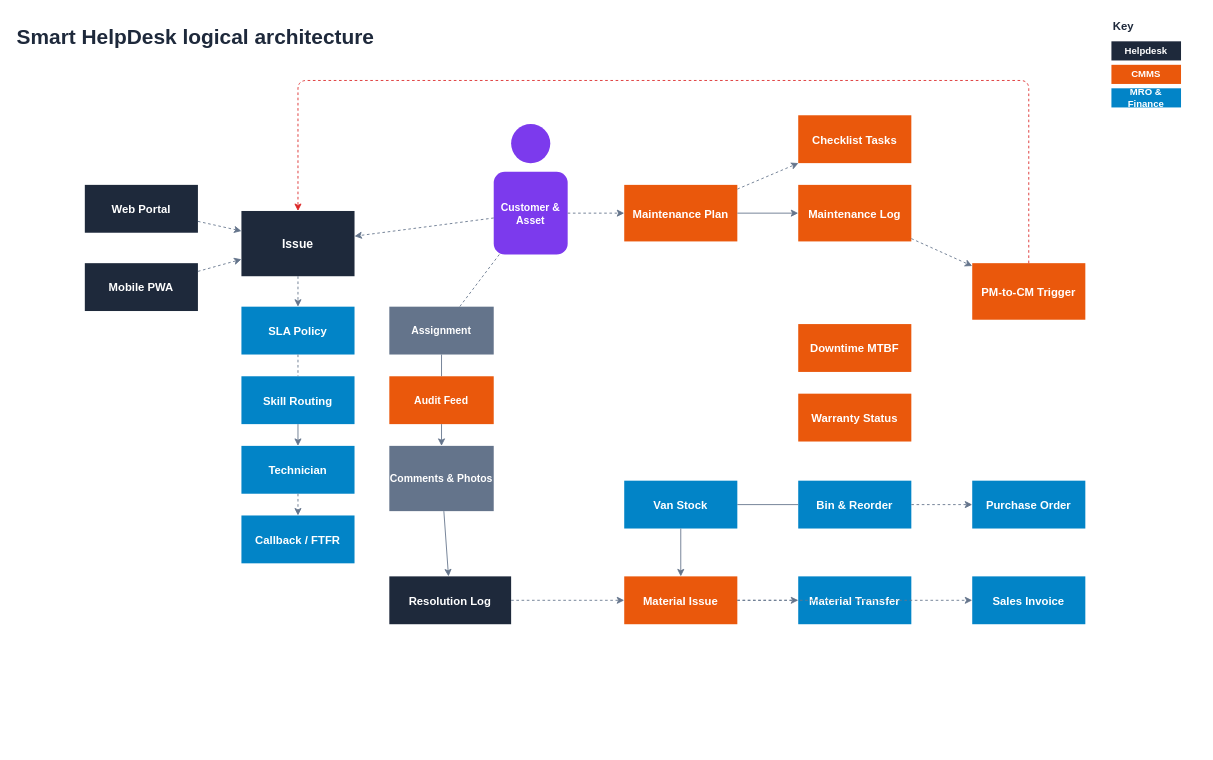
The draw.io diagram page "2. Logical Architecture" (2 of 4) of docs/SYSTEM_ARCHITECTURE_DESIGN.drawio in Baronger23/ERP.SmartHelpDesk, before the edit. Source tidied: cells renumbered, new cells numbered last; positions are measured from the earlier drawing's top-left corner, leaving out a move shared by most shapes. Both pictures are drawn from the tidied source at 87%, with x=0, y=0 at pixel (15, 15).
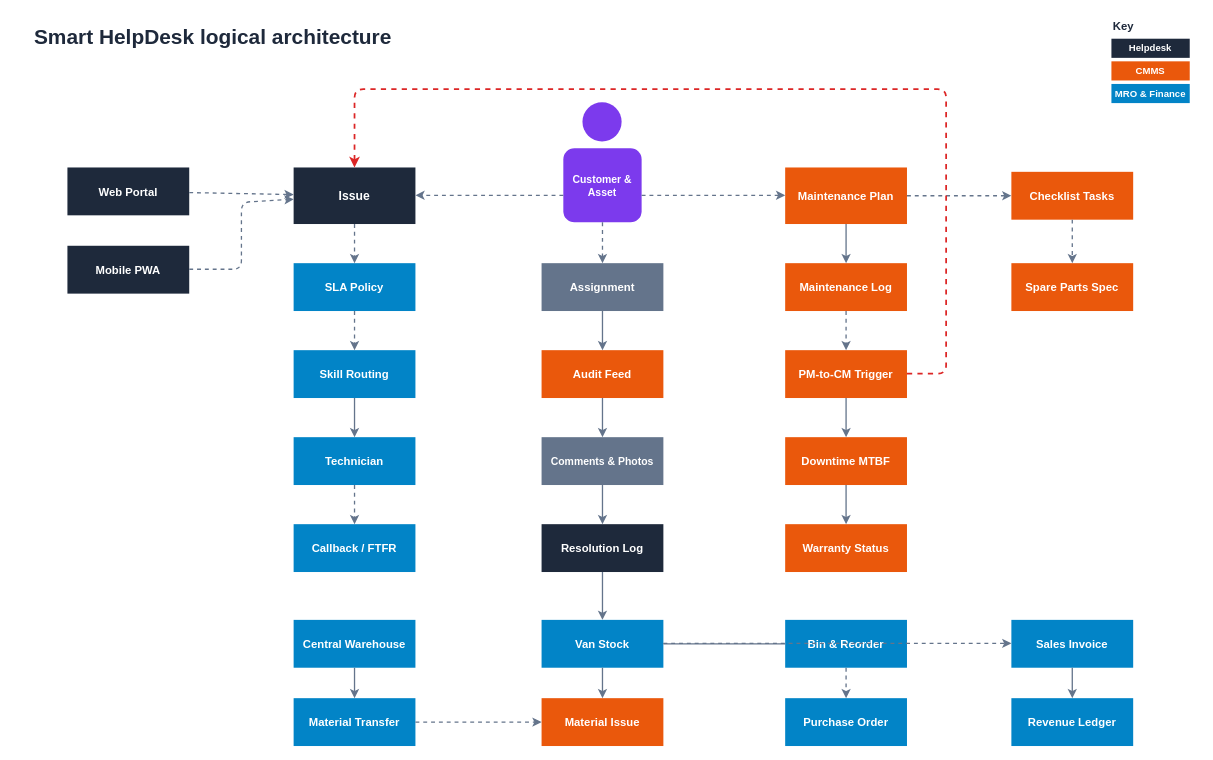
After the change.

The edit, as a diff of the source:
```diff
@@
     <mxCell id="2" value="Smart HelpDesk logical architecture" style="text;html=1;fontSize=24;fontStyle=1;align=left;verticalAlign=middle;fontColor=#1E293B;" parent="1" vertex="1">
-      <mxGeometry y="5" width="600" height="40" as="geometry" />
+      <mxGeometry x="20" y="5" width="600" height="40" as="geometry" />
     </mxCell>
@@
     <mxCell id="4" value="Helpdesk" style="rounded=0;whiteSpace=wrap;html=1;fillColor=#1E293B;strokeColor=none;fontColor=#FFFFFF;fontStyle=1;fontSize=11;align=center;" parent="1" vertex="1">
-      <mxGeometry x="1260" y="30" width="80" height="22" as="geometry" />
+      <mxGeometry x="1260" y="27" width="90" height="22" as="geometry" />
     </mxCell>
     <mxCell id="5" value="CMMS" style="rounded=0;whiteSpace=wrap;html=1;fillColor=#EA580C;strokeColor=none;fontColor=#FFFFFF;fontStyle=1;fontSize=11;align=center;" parent="1" vertex="1">
-      <mxGeometry x="1260" y="57" width="80" height="22" as="geometry" />
+      <mxGeometry x="1260" y="53" width="90" height="22" as="geometry" />
     </mxCell>
     <mxCell id="6" value="MRO &amp; Finance" style="rounded=0;whiteSpace=wrap;html=1;fillColor=#0284C7;strokeColor=none;fontColor=#FFFFFF;fontStyle=1;fontSize=11;align=center;" parent="1" vertex="1">
-      <mxGeometry x="1260" y="84" width="80" height="22" as="geometry" />
+      <mxGeometry x="1260" y="79" width="90" height="22" as="geometry" />
     </mxCell>
     <mxCell id="7" style="ellipse;whiteSpace=wrap;html=1;fillColor=#7C3AED;strokeColor=none;" parent="1" vertex="1">
-      <mxGeometry x="570" y="125" width="45" height="45" as="geometry" />
+      <mxGeometry x="652" y="100" width="45" height="45" as="geometry" />
     </mxCell>
     <mxCell id="8" value="Customer &amp; Asset" style="rounded=1;whiteSpace=wrap;html=1;fillColor=#7C3AED;strokeColor=none;fontColor=#FFFFFF;fontStyle=1;fontSize=12;align=center;" parent="1" vertex="1">
-      <mxGeometry x="550" y="180" width="85" height="95" as="geometry" />
+      <mxGeometry x="630" y="153" width="90" height="85" as="geometry" />
     </mxCell>
     <mxCell id="9" value="Web Portal" style="rounded=0;whiteSpace=wrap;html=1;fillColor=#1E293B;strokeColor=none;fontColor=#FFFFFF;fontStyle=1;fontSize=13;align=center;" parent="1" vertex="1">
-      <mxGeometry x="80" y="195" width="130" height="55" as="geometry" />
+      <mxGeometry x="60" y="175" width="140" height="55" as="geometry" />
     </mxCell>
     <mxCell id="10" value="Mobile PWA" style="rounded=0;whiteSpace=wrap;html=1;fillColor=#1E293B;strokeColor=none;fontColor=#FFFFFF;fontStyle=1;fontSize=13;align=center;" parent="1" vertex="1">
-      <mxGeometry x="80" y="285" width="130" height="55" as="geometry" />
+      <mxGeometry x="60" y="265" width="140" height="55" as="geometry" />
     </mxCell>
     <mxCell id="11" value="Issue" style="rounded=0;whiteSpace=wrap;html=1;fillColor=#1E293B;strokeColor=none;fontColor=#FFFFFF;fontStyle=1;fontSize=14;align=center;" parent="1" vertex="1">
-      <mxGeometry x="260" y="225" width="130" height="75" as="geometry" />
+      <mxGeometry x="320" y="175" width="140" height="65" as="geometry" />
     </mxCell>
     <mxCell id="12" value="SLA Policy" style="rounded=0;whiteSpace=wrap;html=1;fillColor=#0284C7;strokeColor=none;fontColor=#FFFFFF;fontStyle=1;fontSize=13;align=center;" parent="1" vertex="1">
-      <mxGeometry x="260" y="335" width="130" height="55" as="geometry" />
+      <mxGeometry x="320" y="285" width="140" height="55" as="geometry" />
     </mxCell>
     <mxCell id="13" value="Skill Routing" style="rounded=0;whiteSpace=wrap;html=1;fillColor=#0284C7;strokeColor=none;fontColor=#FFFFFF;fontStyle=1;fontSize=13;align=center;" parent="1" vertex="1">
-      <mxGeometry x="260" y="415" width="130" height="55" as="geometry" />
+      <mxGeometry x="320" y="385" width="140" height="55" as="geometry" />
     </mxCell>
     <mxCell id="14" value="Technician" style="rounded=0;whiteSpace=wrap;html=1;fillColor=#0284C7;strokeColor=none;fontColor=#FFFFFF;fontStyle=1;fontSize=13;align=center;" parent="1" vertex="1">
-      <mxGeometry x="260" y="495" width="130" height="55" as="geometry" />
+      <mxGeometry x="320" y="485" width="140" height="55" as="geometry" />
     </mxCell>
     <mxCell id="15" value="Callback / FTFR" style="rounded=0;whiteSpace=wrap;html=1;fillColor=#0284C7;strokeColor=none;fontColor=#FFFFFF;fontStyle=1;fontSize=13;align=center;" parent="1" vertex="1">
-      <mxGeometry x="260" y="575" width="130" height="55" as="geometry" />
+      <mxGeometry x="320" y="585" width="140" height="55" as="geometry" />
     </mxCell>
+    <mxCell id="35" style="dashed=1;endArrow=classic;html=1;strokeColor=#64748B;strokeWidth=1.5;" parent="1" edge="1" source="11" target="12">
+      <mxGeometry relative="1" as="geometry" />
+    </mxCell>
+    <mxCell id="36" style="dashed=1;endArrow=classic;html=1;strokeColor=#64748B;strokeWidth=1.5;" parent="1" edge="1" source="12" target="13">
+      <mxGeometry relative="1" as="geometry" />
+    </mxCell>
+    <mxCell id="37" style="endArrow=classic;html=1;strokeColor=#64748B;strokeWidth=1.5;" parent="1" edge="1" source="13" target="14">
+      <mxGeometry relative="1" as="geometry" />
+    </mxCell>
+    <mxCell id="38" style="dashed=1;endArrow=classic;html=1;strokeColor=#64748B;strokeWidth=1.5;" parent="1" edge="1" source="14" target="15">
+      <mxGeometry relative="1" as="geometry" />
+    </mxCell>
+    <mxCell id="32" style="dashed=1;endArrow=classic;html=1;strokeColor=#64748B;strokeWidth=1.5;" parent="1" edge="1" source="9" target="11">
+      <mxGeometry relative="1" as="geometry" />
+    </mxCell>
+    <mxCell id="33" style="dashed=1;endArrow=classic;html=1;strokeColor=#64748B;strokeWidth=1.5;" parent="1" edge="1" source="10" target="11">
+      <mxGeometry relative="1" as="geometry">
+        <Array as="points">
+          <mxPoint x="200" y="292" />
+          <mxPoint x="260" y="292" />
+          <mxPoint x="260" y="215" />
+        </Array>
+      </mxGeometry>
+    </mxCell>
-    <mxCell id="16" value="Assignment" style="rounded=0;whiteSpace=wrap;html=1;fillColor=#64748B;strokeColor=none;fontColor=#FFFFFF;fontStyle=1;fontSize=12;align=center;" parent="1" vertex="1">
-      <mxGeometry x="430" y="335" width="120" height="55" as="geometry" />
+    <mxCell id="16" value="Assignment" style="rounded=0;whiteSpace=wrap;html=1;fillColor=#64748B;strokeColor=none;fontColor=#FFFFFF;fontStyle=1;fontSize=13;align=center;" parent="1" vertex="1">
+      <mxGeometry x="605" y="285" width="140" height="55" as="geometry" />
     </mxCell>
-    <mxCell id="17" value="Audit Feed" style="rounded=0;whiteSpace=wrap;html=1;fillColor=#EA580C;strokeColor=none;fontColor=#FFFFFF;fontStyle=1;fontSize=12;align=center;" parent="1" vertex="1">
-      <mxGeometry x="430" y="415" width="120" height="55" as="geometry" />
+    <mxCell id="17" value="Audit Feed" style="rounded=0;whiteSpace=wrap;html=1;fillColor=#EA580C;strokeColor=none;fontColor=#FFFFFF;fontStyle=1;fontSize=13;align=center;" parent="1" vertex="1">
+      <mxGeometry x="605" y="385" width="140" height="55" as="geometry" />
     </mxCell>
     <mxCell id="18" value="Comments &amp; Photos" style="rounded=0;whiteSpace=wrap;html=1;fillColor=#64748B;strokeColor=none;fontColor=#FFFFFF;fontStyle=1;fontSize=12;align=center;" parent="1" vertex="1">
-      <mxGeometry x="430" y="495" width="120" height="75" as="geometry" />
+      <mxGeometry x="605" y="485" width="140" height="55" as="geometry" />
     </mxCell>
     <mxCell id="19" value="Resolution Log" style="rounded=0;whiteSpace=wrap;html=1;fillColor=#1E293B;strokeColor=none;fontColor=#FFFFFF;fontStyle=1;fontSize=13;align=center;" parent="1" vertex="1">
-      <mxGeometry x="430" y="645" width="140" height="55" as="geometry" />
+      <mxGeometry x="605" y="585" width="140" height="55" as="geometry" />
     </mxCell>
+    <mxCell id="44" style="dashed=1;endArrow=classic;html=1;strokeColor=#64748B;strokeWidth=1.5;" parent="1" edge="1" source="8" target="16">
+      <mxGeometry relative="1" as="geometry" />
+    </mxCell>
+    <mxCell id="45" style="endArrow=classic;html=1;strokeColor=#64748B;strokeWidth=1.5;" parent="1" edge="1" source="16" target="17">
+      <mxGeometry relative="1" as="geometry" />
+    </mxCell>
+    <mxCell id="46" style="endArrow=classic;html=1;strokeColor=#64748B;strokeWidth=1.5;" parent="1" edge="1" source="17" target="18">
+      <mxGeometry relative="1" as="geometry" />
+    </mxCell>
+    <mxCell id="47" style="endArrow=classic;html=1;strokeColor=#64748B;strokeWidth=1.5;" parent="1" edge="1" source="18" target="19">
+      <mxGeometry relative="1" as="geometry" />
+    </mxCell>
+    <mxCell id="34" style="dashed=1;endArrow=classic;html=1;strokeColor=#64748B;strokeWidth=1.5;" parent="1" edge="1" source="8" target="11">
+      <mxGeometry relative="1" as="geometry">
+        <Array as="points">
+          <mxPoint x="630" y="207" />
+          <mxPoint x="460" y="207" />
+        </Array>
+      </mxGeometry>
+    </mxCell>
     <mxCell id="20" value="Maintenance Plan" style="rounded=0;whiteSpace=wrap;html=1;fillColor=#EA580C;strokeColor=none;fontColor=#FFFFFF;fontStyle=1;fontSize=13;align=center;" parent="1" vertex="1">
-      <mxGeometry x="700" y="195" width="130" height="65" as="geometry" />
+      <mxGeometry x="885" y="175" width="140" height="65" as="geometry" />
     </mxCell>
-    <mxCell id="21" value="Checklist Tasks" style="rounded=0;whiteSpace=wrap;html=1;fillColor=#EA580C;strokeColor=none;fontColor=#FFFFFF;fontStyle=1;fontSize=13;align=center;" parent="1" vertex="1">
-      <mxGeometry x="900" y="115" width="130" height="55" as="geometry" />
-    </mxCell>
     <mxCell id="22" value="Maintenance Log" style="rounded=0;whiteSpace=wrap;html=1;fillColor=#EA580C;strokeColor=none;fontColor=#FFFFFF;fontStyle=1;fontSize=13;align=center;" parent="1" vertex="1">
-      <mxGeometry x="900" y="195" width="130" height="65" as="geometry" />
+      <mxGeometry x="885" y="285" width="140" height="55" as="geometry" />
     </mxCell>
     <mxCell id="23" value="PM-to-CM Trigger" style="rounded=0;whiteSpace=wrap;html=1;fillColor=#EA580C;strokeColor=none;fontColor=#FFFFFF;fontStyle=1;fontSize=13;align=center;" parent="1" vertex="1">
-      <mxGeometry x="1100" y="285" width="130" height="65" as="geometry" />
+      <mxGeometry x="885" y="385" width="140" height="55" as="geometry" />
     </mxCell>
     <mxCell id="24" value="Downtime MTBF" style="rounded=0;whiteSpace=wrap;html=1;fillColor=#EA580C;strokeColor=none;fontColor=#FFFFFF;fontStyle=1;fontSize=13;align=center;" parent="1" vertex="1">
-      <mxGeometry x="900" y="355" width="130" height="55" as="geometry" />
+      <mxGeometry x="885" y="485" width="140" height="55" as="geometry" />
     </mxCell>
     <mxCell id="25" value="Warranty Status" style="rounded=0;whiteSpace=wrap;html=1;fillColor=#EA580C;strokeColor=none;fontColor=#FFFFFF;fontStyle=1;fontSize=13;align=center;" parent="1" vertex="1">
-      <mxGeometry x="900" y="435" width="130" height="55" as="geometry" />
+      <mxGeometry x="885" y="585" width="140" height="55" as="geometry" />
     </mxCell>
+    <mxCell id="41" style="endArrow=classic;html=1;strokeColor=#64748B;strokeWidth=1.5;" parent="1" edge="1" source="20" target="22">
+      <mxGeometry relative="1" as="geometry" />
+    </mxCell>
+    <mxCell id="42" style="dashed=1;endArrow=classic;html=1;strokeColor=#64748B;strokeWidth=1.5;" parent="1" edge="1" source="22" target="23">
+      <mxGeometry relative="1" as="geometry" />
+    </mxCell>
+    <mxCell id="54" style="endArrow=classic;html=1;strokeColor=#64748B;strokeWidth=1.5;" parent="1" edge="1" source="23" target="24">
+      <mxGeometry relative="1" as="geometry" />
+    </mxCell>
+    <mxCell id="55" style="endArrow=classic;html=1;strokeColor=#64748B;strokeWidth=1.5;" parent="1" edge="1" source="24" target="25">
+      <mxGeometry relative="1" as="geometry" />
+    </mxCell>
+    <mxCell id="39" style="dashed=1;endArrow=classic;html=1;strokeColor=#64748B;strokeWidth=1.5;" parent="1" edge="1" source="8" target="20">
+      <mxGeometry relative="1" as="geometry">
+        <Array as="points">
+          <mxPoint x="720" y="207" />
+          <mxPoint x="885" y="207" />
+        </Array>
+      </mxGeometry>
+    </mxCell>
+    <mxCell id="21" value="Checklist Tasks" style="rounded=0;whiteSpace=wrap;html=1;fillColor=#EA580C;strokeColor=none;fontColor=#FFFFFF;fontStyle=1;fontSize=13;align=center;" parent="1" vertex="1">
+      <mxGeometry x="1145" y="180" width="140" height="55" as="geometry" />
+    </mxCell>
+    <mxCell id="56" value="Spare Parts Spec" style="rounded=0;whiteSpace=wrap;html=1;fillColor=#EA580C;strokeColor=none;fontColor=#FFFFFF;fontStyle=1;fontSize=13;align=center;" parent="1" vertex="1">
+      <mxGeometry x="1145" y="285" width="140" height="55" as="geometry" />
+    </mxCell>
+    <mxCell id="40" style="dashed=1;endArrow=classic;html=1;strokeColor=#64748B;strokeWidth=1.5;" parent="1" edge="1" source="20" target="21">
+      <mxGeometry relative="1" as="geometry" />
+    </mxCell>
+    <mxCell id="57" style="dashed=1;endArrow=classic;html=1;strokeColor=#64748B;strokeWidth=1.5;" parent="1" edge="1" source="21" target="56">
+      <mxGeometry relative="1" as="geometry" />
+    </mxCell>
+    <mxCell id="43" style="dashed=1;endArrow=classic;html=1;strokeColor=#DC2626;strokeWidth=2;" parent="1" edge="1" source="23" target="11">
+      <mxGeometry relative="1" as="geometry">
+        <Array as="points">
+          <mxPoint x="1025" y="412" />
+          <mxPoint x="1070" y="412" />
+          <mxPoint x="1070" y="85" />
+          <mxPoint x="390" y="85" />
+        </Array>
+      </mxGeometry>
+    </mxCell>
+    <mxCell id="58" value="Central Warehouse" style="rounded=0;whiteSpace=wrap;html=1;fillColor=#0284C7;strokeColor=none;fontColor=#FFFFFF;fontStyle=1;fontSize=13;align=center;" parent="1" vertex="1">
+      <mxGeometry x="320" y="695" width="140" height="55" as="geometry" />
+    </mxCell>
+    <mxCell id="29" value="Material Transfer" style="rounded=0;whiteSpace=wrap;html=1;fillColor=#0284C7;strokeColor=none;fontColor=#FFFFFF;fontStyle=1;fontSize=13;align=center;" parent="1" vertex="1">
+      <mxGeometry x="320" y="785" width="140" height="55" as="geometry" />
+    </mxCell>
     <mxCell id="26" value="Van Stock" style="rounded=0;whiteSpace=wrap;html=1;fillColor=#0284C7;strokeColor=none;fontColor=#FFFFFF;fontStyle=1;fontSize=13;align=center;" parent="1" vertex="1">
-      <mxGeometry x="700" y="535" width="130" height="55" as="geometry" />
+      <mxGeometry x="605" y="695" width="140" height="55" as="geometry" />
     </mxCell>
     <mxCell id="27" value="Material Issue" style="rounded=0;whiteSpace=wrap;html=1;fillColor=#EA580C;strokeColor=none;fontColor=#FFFFFF;fontStyle=1;fontSize=13;align=center;" parent="1" vertex="1">
-      <mxGeometry x="700" y="645" width="130" height="55" as="geometry" />
+      <mxGeometry x="605" y="785" width="140" height="55" as="geometry" />
     </mxCell>
     <mxCell id="28" value="Bin &amp; Reorder" style="rounded=0;whiteSpace=wrap;html=1;fillColor=#0284C7;strokeColor=none;fontColor=#FFFFFF;fontStyle=1;fontSize=13;align=center;" parent="1" vertex="1">
-      <mxGeometry x="900" y="535" width="130" height="55" as="geometry" />
+      <mxGeometry x="885" y="695" width="140" height="55" as="geometry" />
     </mxCell>
-    <mxCell id="29" value="Material Transfer" style="rounded=0;whiteSpace=wrap;html=1;fillColor=#0284C7;strokeColor=none;fontColor=#FFFFFF;fontStyle=1;fontSize=13;align=center;" parent="1" vertex="1">
-      <mxGeometry x="900" y="645" width="130" height="55" as="geometry" />
-    </mxCell>
     <mxCell id="30" value="Purchase Order" style="rounded=0;whiteSpace=wrap;html=1;fillColor=#0284C7;strokeColor=none;fontColor=#FFFFFF;fontStyle=1;fontSize=13;align=center;" parent="1" vertex="1">
-      <mxGeometry x="1100" y="535" width="130" height="55" as="geometry" />
+      <mxGeometry x="885" y="785" width="140" height="55" as="geometry" />
     </mxCell>
     <mxCell id="31" value="Sales Invoice" style="rounded=0;whiteSpace=wrap;html=1;fillColor=#0284C7;strokeColor=none;fontColor=#FFFFFF;fontStyle=1;fontSize=13;align=center;" parent="1" vertex="1">
-      <mxGeometry x="1100" y="645" width="130" height="55" as="geometry" />
+      <mxGeometry x="1145" y="695" width="140" height="55" as="geometry" />
     </mxCell>
-    <mxCell id="32" style="dashed=1;endArrow=classic;html=1;strokeColor=#64748B;" parent="1" edge="1" source="9" target="11">
-      <mxGeometry relative="1" as="geometry" />
-    </mxCell>
-    <mxCell id="33" style="dashed=1;endArrow=classic;html=1;strokeColor=#64748B;" parent="1" edge="1" source="10" target="11">
-      <mxGeometry relative="1" as="geometry" />
-    </mxCell>
-    <mxCell id="34" style="dashed=1;endArrow=classic;html=1;strokeColor=#64748B;" parent="1" edge="1" source="8" target="11">
-      <mxGeometry relative="1" as="geometry" />
-    </mxCell>
-    <mxCell id="35" style="dashed=1;endArrow=classic;html=1;strokeColor=#64748B;" parent="1" edge="1" source="11" target="12">
-      <mxGeometry relative="1" as="geometry" />
-    </mxCell>
-    <mxCell id="36" style="dashed=1;endArrow=none;html=1;strokeColor=#64748B;" parent="1" edge="1" source="12" target="13">
-      <mxGeometry relative="1" as="geometry" />
-    </mxCell>
-    <mxCell id="37" style="endArrow=classic;html=1;strokeColor=#64748B;" parent="1" edge="1" source="13" target="14">
-      <mxGeometry relative="1" as="geometry" />
-    </mxCell>
-    <mxCell id="38" style="dashed=1;endArrow=classic;html=1;strokeColor=#64748B;" parent="1" edge="1" source="14" target="15">
-      <mxGeometry relative="1" as="geometry" />
-    </mxCell>
-    <mxCell id="39" style="dashed=1;endArrow=classic;html=1;strokeColor=#64748B;" parent="1" edge="1" source="8" target="20">
-      <mxGeometry relative="1" as="geometry" />
-    </mxCell>
-    <mxCell id="40" style="dashed=1;endArrow=classic;html=1;strokeColor=#64748B;" parent="1" edge="1" source="20" target="21">
-      <mxGeometry relative="1" as="geometry" />
-    </mxCell>
-    <mxCell id="41" style="endArrow=classic;html=1;strokeColor=#64748B;" parent="1" edge="1" source="20" target="22">
-      <mxGeometry relative="1" as="geometry" />
-    </mxCell>
-    <mxCell id="42" style="dashed=1;endArrow=classic;html=1;strokeColor=#64748B;" parent="1" edge="1" source="22" target="23">
-      <mxGeometry relative="1" as="geometry" />
-    </mxCell>
-    <mxCell id="43" style="dashed=1;endArrow=classic;html=1;strokeColor=#DC2626;" parent="1" edge="1" source="23" target="11">
-      <mxGeometry relative="1" as="geometry">
-        <Array as="points">
-          <mxPoint x="1165" y="75" />
-          <mxPoint x="325" y="75" />
-        </Array>
-      </mxGeometry>
-    </mxCell>
-    <mxCell id="44" style="dashed=1;endArrow=none;html=1;strokeColor=#64748B;" parent="1" edge="1" source="8" target="16">
-      <mxGeometry relative="1" as="geometry" />
-    </mxCell>
-    <mxCell id="45" style="endArrow=none;html=1;strokeColor=#64748B;" parent="1" edge="1" source="16" target="17">
-      <mxGeometry relative="1" as="geometry" />
-    </mxCell>
-    <mxCell id="46" style="endArrow=classic;html=1;strokeColor=#64748B;" parent="1" edge="1" source="17" target="18">
-      <mxGeometry relative="1" as="geometry" />
-    </mxCell>
-    <mxCell id="47" style="endArrow=classic;html=1;strokeColor=#64748B;" parent="1" edge="1" source="18" target="19">
-      <mxGeometry relative="1" as="geometry" />
-    </mxCell>
-    <mxCell id="48" style="dashed=1;endArrow=classic;html=1;strokeColor=#64748B;" parent="1" edge="1" source="19" target="27">
-      <mxGeometry relative="1" as="geometry" />
-    </mxCell>
+    <mxCell id="59" value="Revenue Ledger" style="rounded=0;whiteSpace=wrap;html=1;fillColor=#0284C7;strokeColor=none;fontColor=#FFFFFF;fontStyle=1;fontSize=13;align=center;" parent="1" vertex="1">
+      <mxGeometry x="1145" y="785" width="140" height="55" as="geometry" />
+    </mxCell>
+    <mxCell id="60" style="endArrow=classic;html=1;strokeColor=#64748B;strokeWidth=1.5;" parent="1" edge="1" source="19" target="26">
+      <mxGeometry relative="1" as="geometry" />
+    </mxCell>
-    <mxCell id="49" style="endArrow=classic;html=1;strokeColor=#64748B;" parent="1" edge="1" source="26" target="27">
+    <mxCell id="49" style="endArrow=classic;html=1;strokeColor=#64748B;strokeWidth=1.5;" parent="1" edge="1" source="26" target="27">
       <mxGeometry relative="1" as="geometry" />
     </mxCell>
-    <mxCell id="50" style="dashed=1;endArrow=classic;html=1;strokeColor=#64748B;" parent="1" edge="1" source="27" target="29">
-      <mxGeometry relative="1" as="geometry" />
-    </mxCell>
+    <mxCell id="61" style="endArrow=classic;html=1;strokeColor=#64748B;strokeWidth=1.5;" parent="1" edge="1" source="58" target="29">
+      <mxGeometry relative="1" as="geometry" />
+    </mxCell>
+    <mxCell id="62" style="dashed=1;endArrow=classic;html=1;strokeColor=#64748B;strokeWidth=1.5;" parent="1" edge="1" source="29" target="27">
+      <mxGeometry relative="1" as="geometry" />
+    </mxCell>
-    <mxCell id="51" style="endArrow=none;html=1;strokeColor=#64748B;" parent="1" edge="1" source="26" target="28">
+    <mxCell id="51" style="endArrow=none;html=1;strokeColor=#64748B;strokeWidth=1.5;" parent="1" edge="1" source="26" target="28">
       <mxGeometry relative="1" as="geometry" />
     </mxCell>
-    <mxCell id="52" style="dashed=1;endArrow=classic;html=1;strokeColor=#64748B;" parent="1" edge="1" source="28" target="30">
+    <mxCell id="52" style="dashed=1;endArrow=classic;html=1;strokeColor=#64748B;strokeWidth=1.5;" parent="1" edge="1" source="28" target="30">
       <mxGeometry relative="1" as="geometry" />
     </mxCell>
-    <mxCell id="53" style="dashed=1;endArrow=classic;html=1;strokeColor=#64748B;" parent="1" edge="1" source="27" target="31">
-      <mxGeometry relative="1" as="geometry" />
-    </mxCell>
+    <mxCell id="63" style="dashed=1;endArrow=classic;html=1;strokeColor=#64748B;strokeWidth=1.5;" parent="1" edge="1" source="26" target="31">
+      <mxGeometry relative="1" as="geometry">
+        <Array as="points">
+          <mxPoint x="745" y="722" />
+          <mxPoint x="1145" y="722" />
+        </Array>
+      </mxGeometry>
+    </mxCell>
+    <mxCell id="64" style="endArrow=classic;html=1;strokeColor=#64748B;strokeWidth=1.5;" parent="1" edge="1" source="31" target="59">
+      <mxGeometry relative="1" as="geometry" />
+    </mxCell>
```
